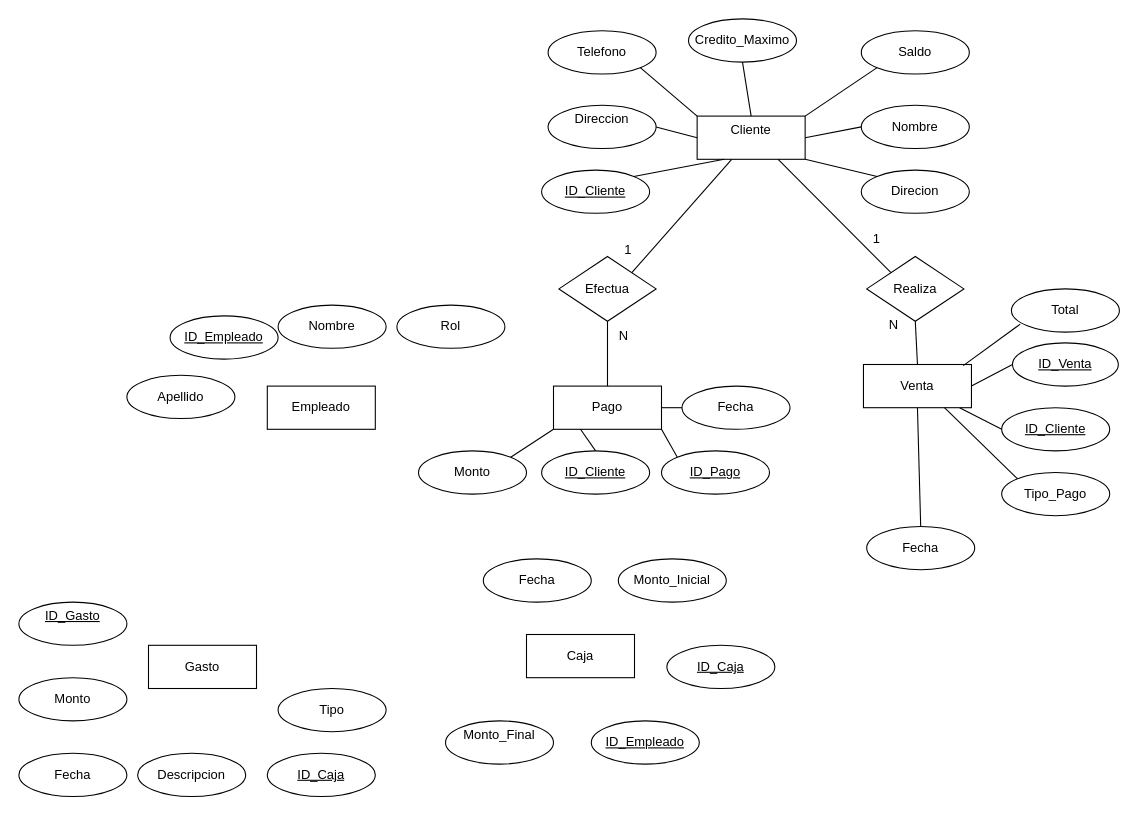
This is Tarea4.drawio from Csandoval-dev/EtlExamenI, a draw.io file, before an edit. Source tidied: cells renumbered, new cells numbered last; positions are measured from the earlier drawing's top-left corner, leaving out a move shared by most shapes. Both pictures are drawn from the tidied source at 108%, with x=0, y=0 at pixel (18, 18).
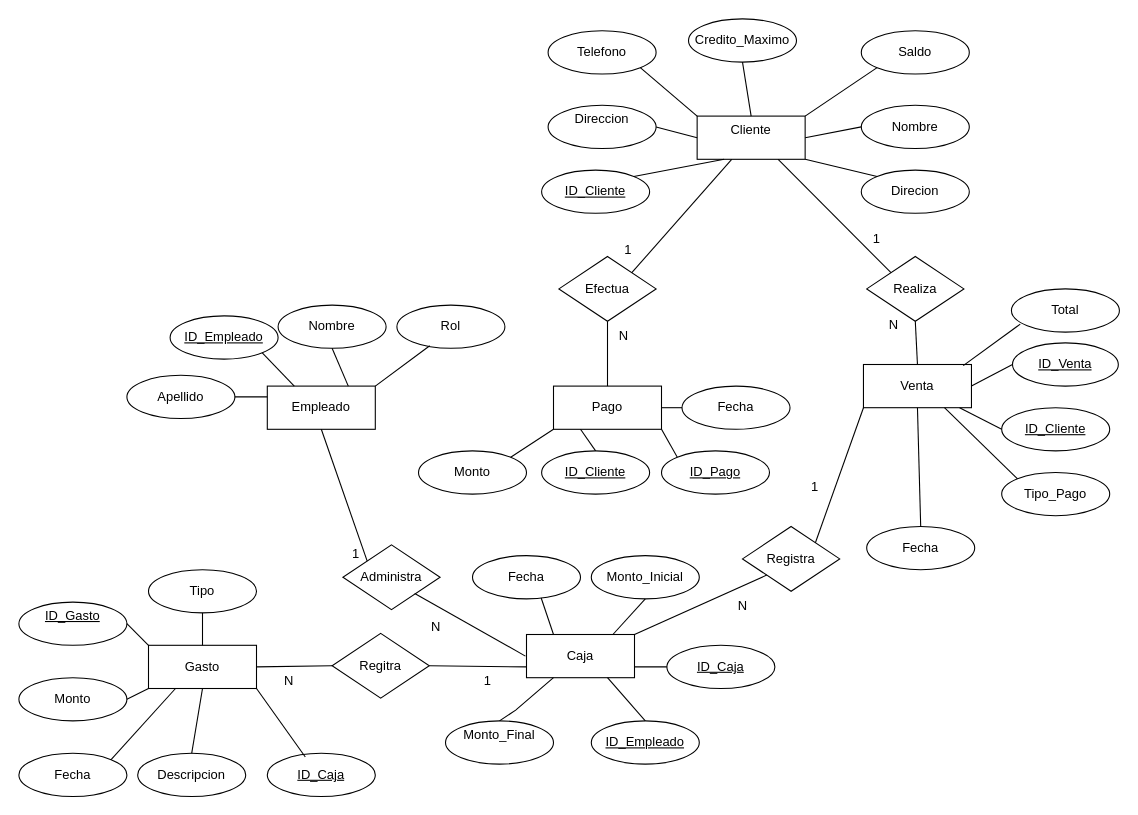
Above is the later version.

The change refers to these unchanged cells:
```xml
<mxCell id="11" value="&lt;div&gt;Venta&lt;/div&gt;" style="whiteSpace=wrap;html=1;align=center;" parent="1" vertex="1">
  <mxGeometry x="782" y="320" width="100" height="40" as="geometry" />
</mxCell>
<mxCell id="47" value="Empleado" style="whiteSpace=wrap;html=1;align=center;" parent="1" vertex="1">
  <mxGeometry x="230" y="340" width="100" height="40" as="geometry" />
</mxCell>
<mxCell id="48" value="ID_Empleado" style="ellipse;whiteSpace=wrap;html=1;align=center;fontStyle=4;" parent="1" vertex="1">
  <mxGeometry x="530" y="650" width="100" height="40" as="geometry" />
</mxCell>
<mxCell id="49" value="Nombre" style="ellipse;whiteSpace=wrap;html=1;align=center;" parent="1" vertex="1">
  <mxGeometry x="240" y="265" width="100" height="40" as="geometry" />
</mxCell>
<mxCell id="50" value="Apellido" style="ellipse;whiteSpace=wrap;html=1;align=center;" parent="1" vertex="1">
  <mxGeometry x="100" y="330" width="100" height="40" as="geometry" />
</mxCell>
<mxCell id="51" value="Rol" style="ellipse;whiteSpace=wrap;html=1;align=center;" parent="1" vertex="1">
  <mxGeometry x="350" y="265" width="100" height="40" as="geometry" />
</mxCell>
<mxCell id="52" value="Caja" style="whiteSpace=wrap;html=1;align=center;" parent="1" vertex="1">
  <mxGeometry x="470" y="570" width="100" height="40" as="geometry" />
</mxCell>
<mxCell id="53" value="ID_Caja" style="ellipse;whiteSpace=wrap;html=1;align=center;fontStyle=4;" parent="1" vertex="1">
  <mxGeometry x="600" y="580" width="100" height="40" as="geometry" />
</mxCell>
<mxCell id="56" value="Monto_Final&lt;div&gt;&lt;br&gt;&lt;/div&gt;" style="ellipse;whiteSpace=wrap;html=1;align=center;" parent="1" vertex="1">
  <mxGeometry x="395" y="650" width="100" height="40" as="geometry" />
</mxCell>
<mxCell id="57" value="ID_Empleado" style="ellipse;whiteSpace=wrap;html=1;align=center;fontStyle=4;" parent="1" vertex="1">
  <mxGeometry x="140" y="275" width="100" height="40" as="geometry" />
</mxCell>
<mxCell id="58" value="Gasto" style="whiteSpace=wrap;html=1;align=center;" parent="1" vertex="1">
  <mxGeometry x="120" y="580" width="100" height="40" as="geometry" />
</mxCell>
<mxCell id="59" value="ID_Gasto&lt;div&gt;&lt;br&gt;&lt;/div&gt;" style="ellipse;whiteSpace=wrap;html=1;align=center;fontStyle=4;" parent="1" vertex="1">
  <mxGeometry y="540" width="100" height="40" as="geometry" />
</mxCell>
<mxCell id="60" value="ID_Caja" style="ellipse;whiteSpace=wrap;html=1;align=center;fontStyle=4;" parent="1" vertex="1">
  <mxGeometry x="230" y="680" width="100" height="40" as="geometry" />
</mxCell>
<mxCell id="61" value="&lt;div&gt;Descripcion&lt;/div&gt;" style="ellipse;whiteSpace=wrap;html=1;align=center;" parent="1" vertex="1">
  <mxGeometry x="110" y="680" width="100" height="40" as="geometry" />
</mxCell>
<mxCell id="63" value="&lt;div&gt;Fecha&lt;/div&gt;" style="ellipse;whiteSpace=wrap;html=1;align=center;" parent="1" vertex="1">
  <mxGeometry y="680" width="100" height="40" as="geometry" />
</mxCell>
```

Change to the diagram source:
```diff
@@
     <mxCell id="54" value="Fecha" style="ellipse;whiteSpace=wrap;html=1;align=center;" parent="1" vertex="1">
-      <mxGeometry x="430" y="500" width="100" height="40" as="geometry" />
+      <mxGeometry x="420" y="497" width="100" height="40" as="geometry" />
     </mxCell>
     <mxCell id="55" value="Monto_Inicial" style="ellipse;whiteSpace=wrap;html=1;align=center;" parent="1" vertex="1">
-      <mxGeometry x="555" y="500" width="100" height="40" as="geometry" />
+      <mxGeometry x="530" y="497" width="100" height="40" as="geometry" />
     </mxCell>
@@
     <mxCell id="64" value="&lt;div&gt;Tipo&lt;/div&gt;" style="ellipse;whiteSpace=wrap;html=1;align=center;" parent="1" vertex="1">
-      <mxGeometry x="240" y="620" width="100" height="40" as="geometry" />
+      <mxGeometry x="120" y="510" width="100" height="40" as="geometry" />
     </mxCell>
+    <mxCell id="65" value="Registra" style="shape=rhombus;perimeter=rhombusPerimeter;whiteSpace=wrap;html=1;align=center;" parent="1" vertex="1">
+      <mxGeometry x="670" y="470" width="90" height="60" as="geometry" />
+    </mxCell>
+    <mxCell id="66" style="endArrow=none;html=1;rounded=0;entryX=1;entryY=0;entryDx=0;entryDy=0;exitX=0;exitY=1;exitDx=0;exitDy=0;" parent="1" edge="1" source="11" target="65">
+      <mxGeometry relative="1" as="geometry" />
+    </mxCell>
+    <mxCell id="67" style="endArrow=none;html=1;rounded=0;entryX=1;entryY=0;entryDx=0;entryDy=0;exitX=0;exitY=1;exitDx=0;exitDy=0;" parent="1" edge="1" source="65" target="52">
+      <mxGeometry relative="1" as="geometry" />
+    </mxCell>
+    <mxCell id="68" value="N" style="text;strokeColor=none;fillColor=none;spacingLeft=4;spacingRight=4;overflow=hidden;fontSize=12;whiteSpace=wrap;html=1;" parent="1" vertex="1">
+      <mxGeometry x="660" y="530" width="40" height="30" as="geometry" />
+    </mxCell>
+    <mxCell id="69" value="1" style="text;strokeColor=none;fillColor=none;spacingLeft=4;spacingRight=4;overflow=hidden;fontSize=12;whiteSpace=wrap;html=1;" parent="1" vertex="1">
+      <mxGeometry x="728" y="420" width="40" height="30" as="geometry" />
+    </mxCell>
+    <mxCell id="70" value="Administra" style="shape=rhombus;perimeter=rhombusPerimeter;whiteSpace=wrap;html=1;align=center;" parent="1" vertex="1">
+      <mxGeometry x="300" y="487" width="90" height="60" as="geometry" />
+    </mxCell>
+    <mxCell id="71" style="endArrow=none;html=1;rounded=0;entryX=0;entryY=0;entryDx=0;entryDy=0;exitX=0.5;exitY=1;exitDx=0;exitDy=0;" parent="1" edge="1" source="47" target="70">
+      <mxGeometry relative="1" as="geometry" />
+    </mxCell>
+    <mxCell id="72" style="endArrow=none;html=1;rounded=0;entryX=0;entryY=0.5;entryDx=0;entryDy=0;exitX=1;exitY=1;exitDx=0;exitDy=0;" parent="1" edge="1">
+      <mxGeometry relative="1" as="geometry">
+        <mxPoint x="366.5" y="532" as="sourcePoint" />
+        <mxPoint x="469" y="590" as="targetPoint" />
+      </mxGeometry>
+    </mxCell>
+    <mxCell id="73" value="1" style="text;strokeColor=none;fillColor=none;spacingLeft=4;spacingRight=4;overflow=hidden;fontSize=12;whiteSpace=wrap;html=1;" parent="1" vertex="1">
+      <mxGeometry x="425" y="599" width="40" height="30" as="geometry" />
+    </mxCell>
+    <mxCell id="74" value="N" style="text;strokeColor=none;fillColor=none;spacingLeft=4;spacingRight=4;overflow=hidden;fontSize=12;whiteSpace=wrap;html=1;" parent="1" vertex="1">
+      <mxGeometry x="240" y="599" width="40" height="30" as="geometry" />
+    </mxCell>
+    <mxCell id="75" value="Regitra" style="shape=rhombus;perimeter=rhombusPerimeter;whiteSpace=wrap;html=1;align=center;" parent="1" vertex="1">
+      <mxGeometry x="290" y="569" width="90" height="60" as="geometry" />
+    </mxCell>
+    <mxCell id="76" style="endArrow=none;html=1;rounded=0;exitX=1;exitY=0.5;exitDx=0;exitDy=0;entryX=0;entryY=0.75;entryDx=0;entryDy=0;" parent="1" edge="1" source="75" target="52">
+      <mxGeometry relative="1" as="geometry" />
+    </mxCell>
+    <mxCell id="77" value="1" style="text;strokeColor=none;fillColor=none;spacingLeft=4;spacingRight=4;overflow=hidden;fontSize=12;whiteSpace=wrap;html=1;" parent="1" vertex="1">
+      <mxGeometry x="303" y="482" width="40" height="30" as="geometry" />
+    </mxCell>
+    <mxCell id="78" value="N" style="text;strokeColor=none;fillColor=none;spacingLeft=4;spacingRight=4;overflow=hidden;fontSize=12;whiteSpace=wrap;html=1;" parent="1" vertex="1">
+      <mxGeometry x="376" y="549" width="40" height="30" as="geometry" />
+    </mxCell>
+    <mxCell id="79" style="endArrow=none;html=1;rounded=0;exitX=1;exitY=0.5;exitDx=0;exitDy=0;entryX=0;entryY=0.5;entryDx=0;entryDy=0;" parent="1" edge="1" source="58" target="75">
+      <mxGeometry relative="1" as="geometry" />
+    </mxCell>
+    <mxCell id="80" style="endArrow=none;html=1;rounded=0;entryX=1;entryY=0;entryDx=0;entryDy=0;exitX=0.304;exitY=0.94;exitDx=0;exitDy=0;exitPerimeter=0;" parent="1" edge="1" source="51" target="47">
+      <mxGeometry relative="1" as="geometry" />
+    </mxCell>
+    <mxCell id="81" style="endArrow=none;html=1;rounded=0;entryX=0.75;entryY=0;entryDx=0;entryDy=0;exitX=0.5;exitY=1;exitDx=0;exitDy=0;" parent="1" edge="1" source="49" target="47">
+      <mxGeometry relative="1" as="geometry" />
+    </mxCell>
+    <mxCell id="82" style="endArrow=none;html=1;rounded=0;entryX=1;entryY=1;entryDx=0;entryDy=0;exitX=0.25;exitY=0;exitDx=0;exitDy=0;" parent="1" edge="1" source="47" target="57">
+      <mxGeometry relative="1" as="geometry" />
+    </mxCell>
+    <mxCell id="83" style="endArrow=none;html=1;rounded=0;entryX=1;entryY=0.5;entryDx=0;entryDy=0;exitX=0;exitY=0.25;exitDx=0;exitDy=0;" parent="1" edge="1" source="47" target="50">
+      <mxGeometry relative="1" as="geometry" />
+    </mxCell>
+    <mxCell id="84" style="endArrow=none;html=1;rounded=0;entryX=0.5;entryY=0;entryDx=0;entryDy=0;exitX=0.5;exitY=1;exitDx=0;exitDy=0;" parent="1" edge="1" source="64" target="58">
+      <mxGeometry relative="1" as="geometry" />
+    </mxCell>
+    <mxCell id="85" style="endArrow=none;html=1;rounded=0;entryX=0;entryY=0;entryDx=0;entryDy=0;exitX=1;exitY=0.5;exitDx=0;exitDy=0;" parent="1" edge="1" source="59" target="58">
+      <mxGeometry relative="1" as="geometry" />
+    </mxCell>
+    <mxCell id="86" style="endArrow=none;html=1;rounded=0;entryX=0;entryY=1;entryDx=0;entryDy=0;" parent="1" edge="1" target="58">
+      <mxGeometry relative="1" as="geometry">
+        <mxPoint x="100" y="630" as="sourcePoint" />
+      </mxGeometry>
+    </mxCell>
+    <mxCell id="87" style="endArrow=none;html=1;rounded=0;entryX=0.25;entryY=1;entryDx=0;entryDy=0;exitX=1;exitY=0;exitDx=0;exitDy=0;" parent="1" edge="1" source="63" target="58">
+      <mxGeometry relative="1" as="geometry" />
+    </mxCell>
+    <mxCell id="88" style="endArrow=none;html=1;rounded=0;entryX=0.5;entryY=0;entryDx=0;entryDy=0;exitX=0.5;exitY=1;exitDx=0;exitDy=0;" parent="1" edge="1" source="58" target="61">
+      <mxGeometry relative="1" as="geometry" />
+    </mxCell>
+    <mxCell id="89" style="endArrow=none;html=1;rounded=0;entryX=0.352;entryY=0.085;entryDx=0;entryDy=0;exitX=1;exitY=1;exitDx=0;exitDy=0;entryPerimeter=0;" parent="1" edge="1" source="58" target="60">
+      <mxGeometry relative="1" as="geometry" />
+    </mxCell>
+    <mxCell id="90" style="endArrow=none;html=1;rounded=0;entryX=0.25;entryY=0;entryDx=0;entryDy=0;exitX=0.636;exitY=0.98;exitDx=0;exitDy=0;exitPerimeter=0;" parent="1" edge="1" source="54" target="52">
+      <mxGeometry relative="1" as="geometry" />
+    </mxCell>
+    <mxCell id="91" style="endArrow=none;html=1;rounded=0;exitX=0.5;exitY=1;exitDx=0;exitDy=0;" parent="1" edge="1" source="55">
+      <mxGeometry relative="1" as="geometry">
+        <mxPoint x="550" y="570" as="targetPoint" />
+      </mxGeometry>
+    </mxCell>
+    <mxCell id="92" style="endArrow=none;html=1;rounded=0;entryX=0;entryY=0.5;entryDx=0;entryDy=0;exitX=1;exitY=0.75;exitDx=0;exitDy=0;" parent="1" edge="1" source="52" target="53">
+      <mxGeometry relative="1" as="geometry" />
+    </mxCell>
+    <mxCell id="93" style="endArrow=none;html=1;rounded=0;entryX=0.5;entryY=0;entryDx=0;entryDy=0;exitX=0.25;exitY=1;exitDx=0;exitDy=0;" parent="1" edge="1" source="52" target="56">
+      <mxGeometry relative="1" as="geometry">
+        <Array as="points">
+          <mxPoint x="460" y="640" />
+        </Array>
+      </mxGeometry>
+    </mxCell>
+    <mxCell id="94" style="endArrow=none;html=1;rounded=0;entryX=0.5;entryY=0;entryDx=0;entryDy=0;exitX=0.75;exitY=1;exitDx=0;exitDy=0;" parent="1" edge="1" source="52" target="48">
+      <mxGeometry relative="1" as="geometry" />
+    </mxCell>
```
